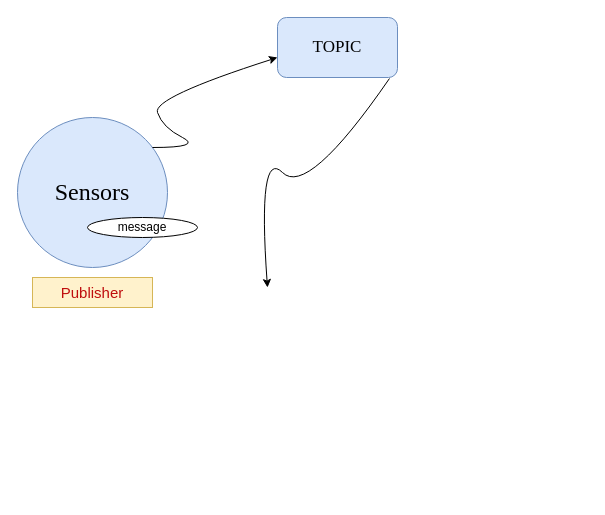
The draw.io diagram robots.drawio in Mahmoud20301/Task1, before the edit. Source tidied: cells renumbered, new cells numbered last; positions are measured from the earlier drawing's top-left corner, leaving out a move shared by most shapes. Both pictures are drawn from the tidied source at 100%, with x=0, y=0 at pixel (17, 17).
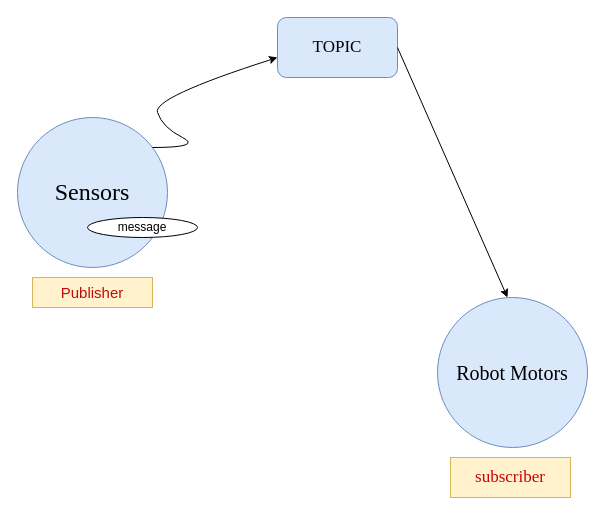
After the change.

Change to the diagram source:
```diff
@@
 <mxGraphModel>
   <root>
     <mxCell id="0" />
     <mxCell id="1" parent="0" />
     <mxCell id="2" value="Sensors" style="ellipse;whiteSpace=wrap;html=1;fontFamily=Times New Roman;fontSize=24;fillColor=#dae8fc;strokeColor=#6c8ebf;" parent="1" vertex="1">
       <mxGeometry y="100" width="150" height="150" as="geometry" />
     </mxCell>
     <mxCell id="3" value="Publisher" style="text;html=1;align=center;verticalAlign=middle;whiteSpace=wrap;rounded=0;fontSize=15;fillColor=#fff2cc;strokeColor=#d6b656;fontColor=#bf0d0d;" parent="1" vertex="1">
       <mxGeometry x="15" y="260" width="120" height="30" as="geometry" />
     </mxCell>
     <mxCell id="4" value="message" style="ellipse;whiteSpace=wrap;html=1;" parent="1" vertex="1">
       <mxGeometry x="70" y="200" width="110" height="20" as="geometry" />
     </mxCell>
     <mxCell id="5" style="curved=1;endArrow=classic;html=1;rounded=0;" parent="1" edge="1">
       <mxGeometry relative="1" as="geometry">
         <mxPoint x="135" y="130" as="sourcePoint" />
         <mxPoint x="260" y="40" as="targetPoint" />
         <Array as="points">
           <mxPoint x="185" y="130" />
           <mxPoint x="145" y="110" />
           <mxPoint x="135" y="80" />
         </Array>
       </mxGeometry>
     </mxCell>
     <mxCell id="6" value="TOPIC" style="rounded=1;whiteSpace=wrap;html=1;fontFamily=Times New Roman;fontSize=17;fillColor=#dae8fc;strokeColor=#6c8ebf;" parent="1" vertex="1">
       <mxGeometry x="260" width="120" height="60" as="geometry" />
     </mxCell>
-    <mxCell id="7" style="curved=1;endArrow=classic;html=1;rounded=0;exitX=0.933;exitY=1.017;exitDx=0;exitDy=0;exitPerimeter=0;" parent="1" edge="1" source="6">
-      <mxGeometry relative="1" as="geometry">
-        <mxPoint x="250" y="270" as="targetPoint" />
-        <Array as="points">
-          <mxPoint x="290" y="180" />
-          <mxPoint x="240" y="130" />
-        </Array>
-      </mxGeometry>
-    </mxCell>
+    <mxCell id="8" value="Robot Motors" style="ellipse;whiteSpace=wrap;html=1;fontFamily=Times New Roman;fontSize=20;fillColor=#dae8fc;strokeColor=#6c8ebf;" parent="1" vertex="1">
+      <mxGeometry x="420" y="280" width="150" height="150" as="geometry" />
+    </mxCell>
+    <mxCell id="9" style="endArrow=classic;html=1;rounded=0;exitX=1;exitY=0.5;exitDx=0;exitDy=0;" parent="1" edge="1" source="6">
+      <mxGeometry relative="1" as="geometry">
+        <mxPoint x="490" y="280" as="targetPoint" />
+      </mxGeometry>
+    </mxCell>
+    <mxCell id="10" value="subscriber" style="rounded=0;whiteSpace=wrap;html=1;fontFamily=Times New Roman;fontSize=17;fillColor=#fff2cc;strokeColor=#d6b656;fontColor=#CC0000;" parent="1" vertex="1">
+      <mxGeometry x="433" y="440" width="120" height="40" as="geometry" />
+    </mxCell>
   </root>
 </mxGraphModel>
```
